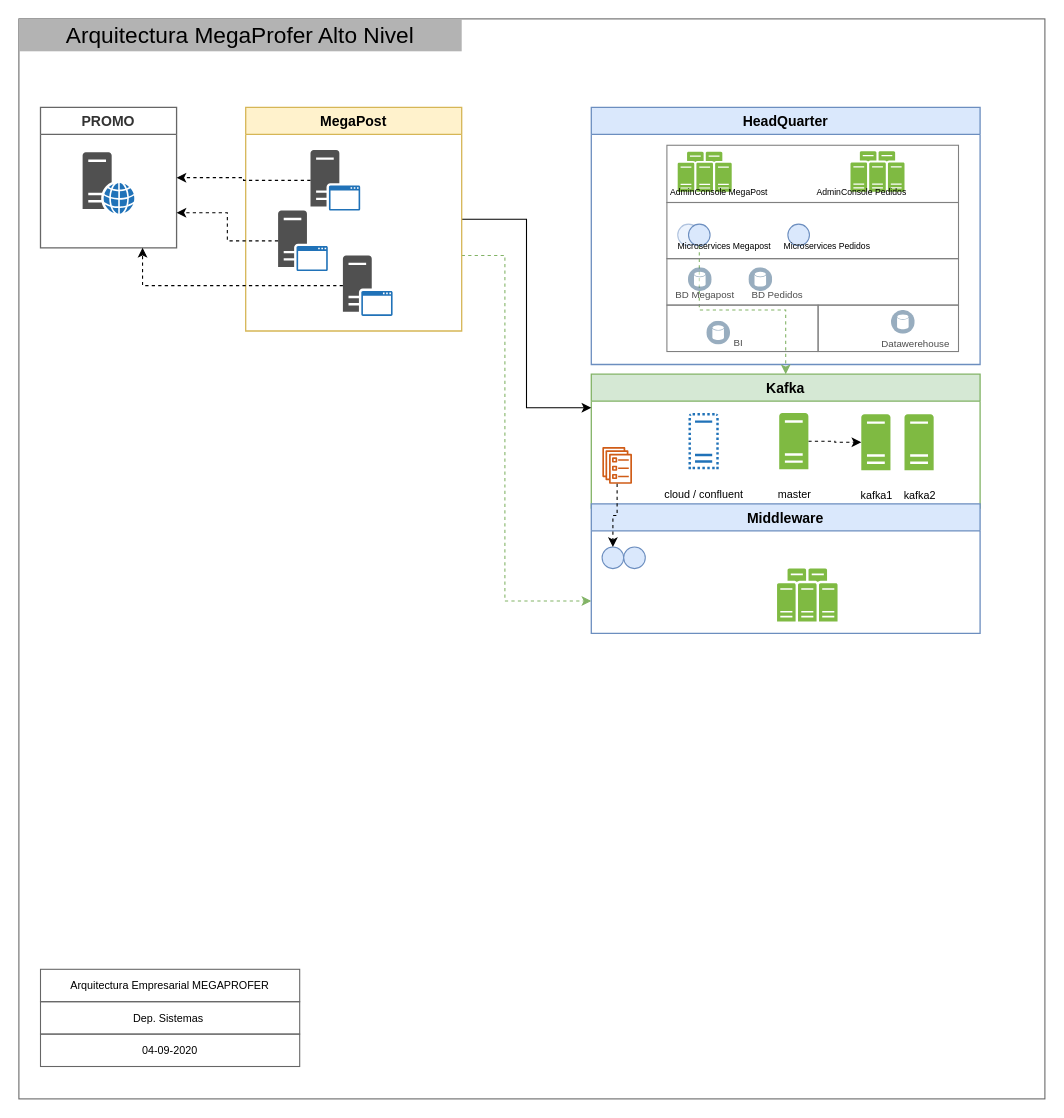
Before: page "HeadQuater-Megapost" (4 of 4) of arquitectura-megaprofer.drawio in whuera/arquitectura-megaprofer, a draw.io diagram. Source tidied: cells renumbered, new cells numbered last; positions are measured from the earlier drawing's top-left corner, leaving out a move shared by most shapes. Both pictures are drawn from the tidied source at 108%, with x=0, y=0 at pixel (18, 18).
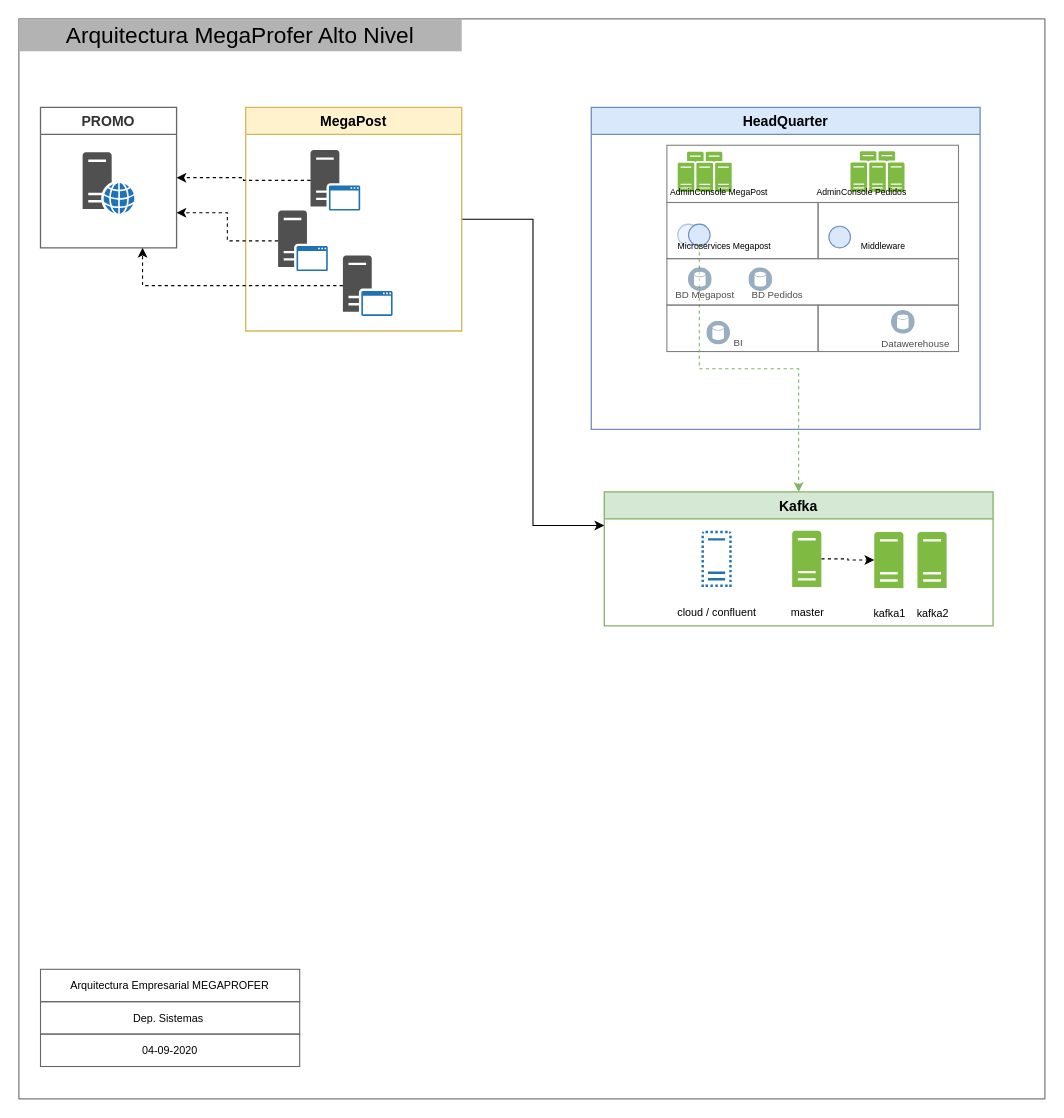
After the change.

The change refers to these unchanged cells:
```xml
<mxCell id="17" value="MegaPost" style="shape=swimlane;startSize=25;fontSize=13;fontStyle=1;align=center;strokeColor=#d6b656;strokeOpacity=100;fillOpacity=100;rotation=0;fillColor=#fff2cc;strokeWidth=1.2;" parent="1" vertex="1">
  <mxGeometry x="210" y="82" width="200" height="207" as="geometry" />
</mxCell>
```

What changed in the source:
```diff
@@
     <mxCell id="4" value="HeadQuarter" style="shape=swimlane;startSize=25;fontSize=13;fontStyle=1;align=center;strokeColor=#6c8ebf;strokeOpacity=100;fillOpacity=100;rotation=0;fillColor=#dae8fc;strokeWidth=1.2;" parent="1" vertex="1">
-      <mxGeometry x="530" y="82" width="360" height="238" as="geometry" />
+      <mxGeometry x="530" y="82" width="360" height="298" as="geometry" />
     </mxCell>
@@
     <mxCell id="7" style="rounded=0;whiteSpace=wrap;html=1;fillColor=none;strokeColor=#808080;" parent="4" vertex="1">
-      <mxGeometry x="70" y="88" width="270" height="52" as="geometry" />
+      <mxGeometry x="70" y="88" width="140" height="52" as="geometry" />
     </mxCell>
+    <mxCell id="47" value="&lt;font style=&quot;font-size: 8px&quot;&gt;Middleware&lt;/font&gt;" style="text;html=1;align=center;verticalAlign=middle;fillColor=none;strokeColor=none;rounded=0;" parent="4" vertex="1">
+      <mxGeometry x="240" y="118" width="60" height="20" as="geometry" />
+    </mxCell>
     <mxCell id="8" value="Kafka" style="shape=swimlane;startSize=25;fontSize=13;fontStyle=1;align=center;strokeColor=#82b366;strokeOpacity=100;fillOpacity=100;rotation=0;fillColor=#d5e8d4;strokeWidth=1.2;" parent="1" vertex="1">
-      <mxGeometry x="530" y="329" width="360" height="124" as="geometry" />
+      <mxGeometry x="542" y="438" width="360" height="124" as="geometry" />
     </mxCell>
-    <mxCell id="9" style="outlineConnect=0;fontColor=#232F3E;gradientColor=none;fillColor=#D05C17;strokeColor=none;dashed=0;verticalLabelPosition=bottom;verticalAlign=top;align=center;html=1;fontSize=12;fontStyle=0;shape=mxgraph.aws4.ecs_service;" parent="8" vertex="1">
-      <mxGeometry x="10" y="67.5" width="27.9" height="34" as="geometry" />
-    </mxCell>
@@
-    <mxCell id="16" style="edgeStyle=orthogonalEdgeStyle;rounded=0;jettySize=auto;html=1;entryX=0;entryY=0.75;entryDx=0;entryDy=0;dashed=1;fontSize=21;fillColor=#d5e8d4;strokeColor=#82b366;" parent="1" edge="1" source="17" target="21">
-      <mxGeometry relative="1" as="geometry">
-        <Array as="points">
-          <mxPoint x="450" y="219" />
-          <mxPoint x="450" y="539" />
-        </Array>
-      </mxGeometry>
-    </mxCell>
@@
-    <mxCell id="21" value="Middleware" style="shape=swimlane;startSize=25;fontSize=13;fontStyle=1;align=center;strokeColor=#6c8ebf;strokeOpacity=100;fillOpacity=100;rotation=0;fillColor=#dae8fc;strokeWidth=1.2;" parent="1" vertex="1">
-      <mxGeometry x="530" y="449" width="360" height="120" as="geometry" />
-    </mxCell>
-    <mxCell id="22" style="shadow=0;dashed=0;html=1;strokeColor=none;fillColor=#505050;labelPosition=center;verticalLabelPosition=bottom;verticalAlign=top;align=center;shape=mxgraph.office.servers.server_farm;fillColor=#7FBA42;" parent="21" vertex="1">
-      <mxGeometry x="172" y="60" width="56" height="49" as="geometry" />
-    </mxCell>
-    <mxCell id="23" style="ellipse;whiteSpace=wrap;html=1;fontSize=21;fillColor=#dae8fc;strokeColor=#6c8ebf;" parent="21" vertex="1">
-      <mxGeometry x="10" y="40" width="20" height="20" as="geometry" />
-    </mxCell>
-    <mxCell id="24" style="ellipse;whiteSpace=wrap;html=1;fontSize=21;fillColor=#dae8fc;strokeColor=#6c8ebf;" parent="21" vertex="1">
-      <mxGeometry x="30" y="40" width="20" height="20" as="geometry" />
-    </mxCell>
@@
-    <mxCell id="27" style="edgeStyle=orthogonalEdgeStyle;rounded=0;jettySize=auto;html=1;entryX=0.5;entryY=0;entryDx=0;entryDy=0;dashed=1;fontSize=21;" parent="1" edge="1" source="9" target="23">
-      <mxGeometry relative="1" as="geometry" />
-    </mxCell>
@@
     <mxCell id="46" style="ellipse;whiteSpace=wrap;html=1;fontSize=21;fillColor=#dae8fc;strokeColor=#6c8ebf;align=left;" parent="1" vertex="1">
-      <mxGeometry x="712" y="190" width="20" height="20" as="geometry" />
+      <mxGeometry x="750" y="192" width="20" height="20" as="geometry" />
     </mxCell>
-    <mxCell id="47" value="&lt;font style=&quot;font-size: 8px&quot;&gt;Microservices Pedidos&lt;/font&gt;" style="text;html=1;align=center;verticalAlign=middle;fillColor=none;strokeColor=none;rounded=0;" parent="1" vertex="1">
-      <mxGeometry x="698" y="200" width="100" height="20" as="geometry" />
-    </mxCell>
@@
+    <mxCell id="54" style="rounded=0;whiteSpace=wrap;html=1;fillColor=none;strokeColor=#808080;" parent="1" vertex="1">
+      <mxGeometry x="740" y="170" width="130" height="52" as="geometry" />
+    </mxCell>
```
